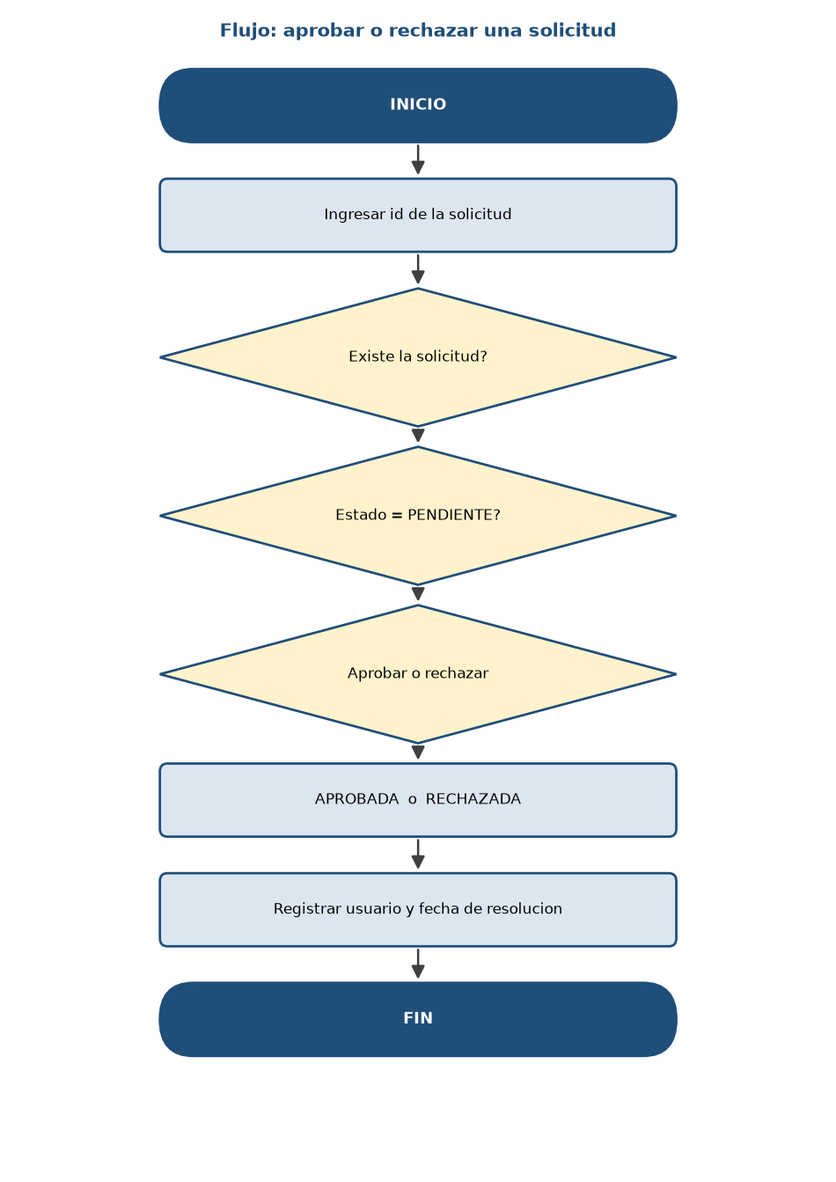
Earlier version of the PlantUML export salida/flujo_aprobacion.png (marlo4220mc/sistema-horas-extras). Its source is kept beside it as uml/flujo_aprobacion.puml. Its diagram source:
```plantuml
@startuml flujo_aprobacion
title Flujo: aprobar o rechazar una solicitud (Python)

start
:Ingresar id de la solicitud;
:Buscar solicitud en list[Solicitud];
if (Existe la solicitud?) then (si)
  if (Estado actual = PENDIENTE?) then (si)
    if (Decision?) then (aprobar)
      :Cambiar estado a APROBADA;
    else (rechazar)
      :Ingresar motivo;
      :Cambiar estado a RECHAZADA;
    endif
    :Registrar usuario y fecha de resolucion;
    :Mostrar confirmacion;
  else (no)
    :Lanzar EstadoSolicitudInvalidaError\n(no se puede procesar dos veces);
  endif
else (no)
  :Lanzar SolicitudNoEncontradaError;
endif
stop

@enduml
```
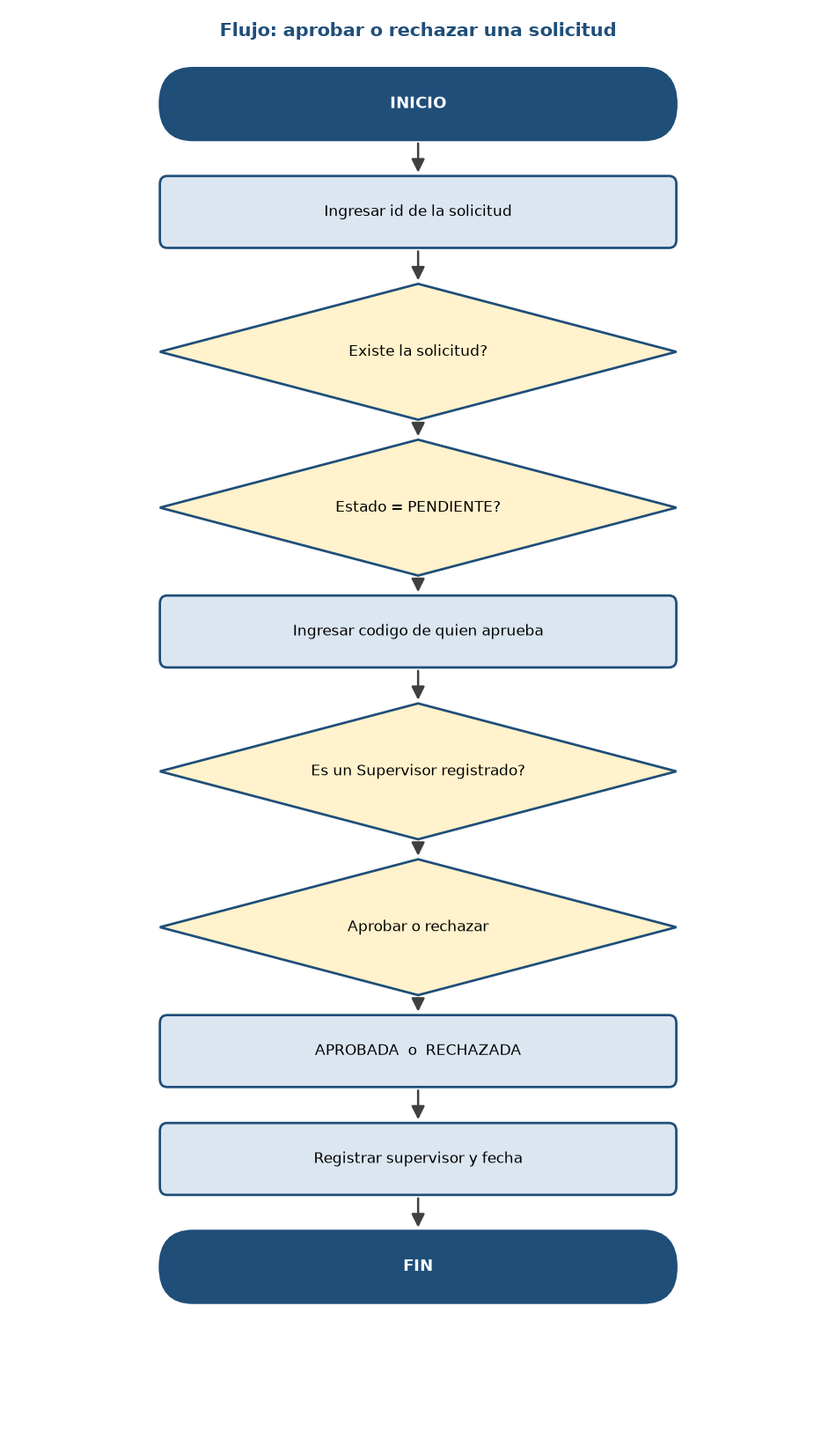
After the change.

Diff of the diagram source:
```diff
@@ -6,14 +6,20 @@
 :Buscar solicitud en list[Solicitud];
 if (Existe la solicitud?) then (si)
   if (Estado actual = PENDIENTE?) then (si)
+    :Ingresar codigo de quien aprueba;
+    :Buscar al empleado en list[Empleado];
+    if (Es un Supervisor?) then (si)
     if (Decision?) then (aprobar)
       :Cambiar estado a APROBADA;
     else (rechazar)
       :Ingresar motivo;
       :Cambiar estado a RECHAZADA;
     endif
-    :Registrar usuario y fecha de resolucion;
+    :Registrar codigo del supervisor y fecha;
     :Mostrar confirmacion;
+    else (no)
+      :Lanzar AprobacionNoAutorizadaError\n(solo un supervisor aprueba);
+    endif
   else (no)
     :Lanzar EstadoSolicitudInvalidaError\n(no se puede procesar dos veces);
   endif
```
